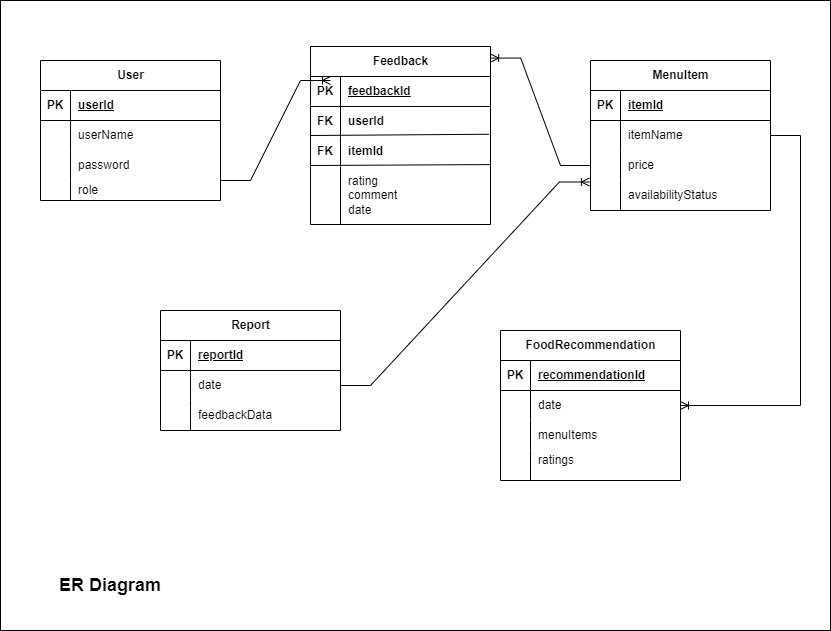
Poyam-ITT/Cafeteria_Recommendation_Engine keeps this draw.io diagram as UML Diagrams/ER Diagram/ERDiagram.drawio.png. Above is the earlier version. Source tidied: cells renumbered, new cells last; positions are measured from the earlier drawing's top-left corner, leaving out a move shared by most shapes.
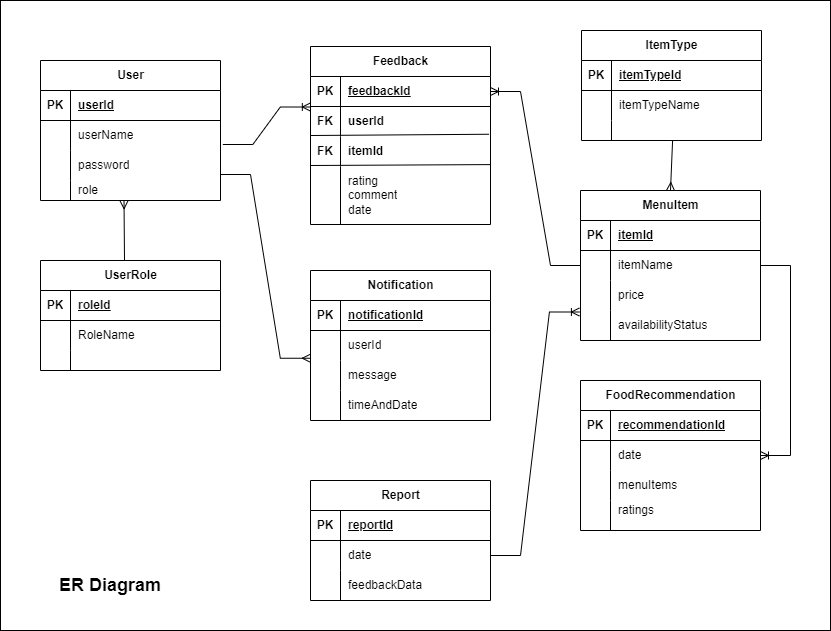
The same file after the commit.

The edit, as a diff of the source:
```diff
@@ -92,7 +92,7 @@
       </mxGeometry>
     </mxCell>
     <mxCell id="31" value="MenuItem" style="shape=table;startSize=30;rowLines=0;fontStyle=1;align=center;html=1;" parent="1" vertex="1">
-      <mxGeometry x="590" y="60" width="180" height="150" as="geometry" />
+      <mxGeometry x="580" y="190" width="180" height="150" as="geometry" />
     </mxCell>
     <mxCell id="32" style="shape=tableRow;horizontal=0;startSize=0;swimlaneHead=0;swimlaneBody=0;fillColor=none;top=0;left=0;right=0;bottom=1;" parent="31" vertex="1">
       <mxGeometry y="30" width="180" height="30" as="geometry" />
@@ -131,7 +131,7 @@
       <mxGeometry x="30" width="150" height="30" as="geometry" />
     </mxCell>
     <mxCell id="44" value="Report" style="shape=table;startSize=30;rowLines=0;fontStyle=1;align=center;html=1;" parent="1" vertex="1">
-      <mxGeometry x="160" y="310" width="180" height="120" as="geometry" />
+      <mxGeometry x="310" y="480" width="180" height="120" as="geometry" />
     </mxCell>
     <mxCell id="45" style="shape=tableRow;horizontal=0;startSize=0;swimlaneHead=0;swimlaneBody=0;fillColor=none;top=0;left=0;right=0;bottom=1;" parent="44" vertex="1">
       <mxGeometry y="30" width="180" height="30" as="geometry" />
@@ -161,7 +161,7 @@
       <mxGeometry x="30" width="150" height="30" as="geometry" />
     </mxCell>
     <mxCell id="54" value="FoodRecommendation" style="shape=table;startSize=30;rowLines=0;fontStyle=1;align=center;html=1;" parent="1" vertex="1">
-      <mxGeometry x="500" y="330" width="180" height="150" as="geometry" />
+      <mxGeometry x="580" y="380" width="180" height="150" as="geometry" />
     </mxCell>
     <mxCell id="55" style="shape=tableRow;horizontal=0;startSize=0;swimlaneHead=0;swimlaneBody=0;fillColor=none;top=0;left=0;right=0;bottom=1;" parent="54" vertex="1">
       <mxGeometry y="30" width="180" height="30" as="geometry" />
@@ -199,13 +199,10 @@
     <mxCell id="66" value="ratings&lt;div&gt;&lt;br&gt;&lt;/div&gt;" style="shape=partialRectangle;fillColor=none;top=0;left=0;bottom=0;right=0;align=left;spacingLeft=6;overflow=hidden;whiteSpace=wrap;html=1;" parent="64" vertex="1">
       <mxGeometry x="30" width="150" height="30" as="geometry" />
     </mxCell>
-    <mxCell id="67" style="edgeStyle=entityRelationEdgeStyle;fontSize=12;html=1;endArrow=ERoneToMany;rounded=0;" parent="1" edge="1">
-      <mxGeometry relative="1" as="geometry">
-        <mxPoint x="220" y="180" as="sourcePoint" />
-        <mxPoint x="330" y="80" as="targetPoint" />
-      </mxGeometry>
+    <mxCell id="67" style="edgeStyle=entityRelationEdgeStyle;fontSize=12;html=1;endArrow=ERoneToMany;rounded=0;entryX=-0.001;entryY=0.017;entryDx=0;entryDy=0;entryPerimeter=0;exitX=1.013;exitY=0.8;exitDx=0;exitDy=0;exitPerimeter=0;" parent="1" edge="1" source="7" target="20">
+      <mxGeometry relative="1" as="geometry" />
     </mxCell>
-    <mxCell id="68" style="edgeStyle=entityRelationEdgeStyle;fontSize=12;html=1;endArrow=ERoneToMany;rounded=0;entryX=1.001;entryY=0.065;entryDx=0;entryDy=0;entryPerimeter=0;" parent="1" edge="1" source="38" target="16">
+    <mxCell id="68" style="edgeStyle=entityRelationEdgeStyle;fontSize=12;html=1;endArrow=ERoneToMany;rounded=0;entryX=1;entryY=0.5;entryDx=0;entryDy=0;exitX=0;exitY=0.5;exitDx=0;exitDy=0;" parent="1" edge="1" source="35" target="17">
       <mxGeometry relative="1" as="geometry" />
     </mxCell>
     <mxCell id="69" style="edgeStyle=entityRelationEdgeStyle;fontSize=12;html=1;endArrow=ERoneToMany;rounded=0;entryX=1;entryY=0.5;entryDx=0;entryDy=0;" parent="1" edge="1" source="31" target="58">
@@ -217,5 +214,117 @@
     <mxCell id="71" value="&lt;font style=&quot;font-size: 18px;&quot;&gt;&lt;b style=&quot;&quot;&gt;ER Diagram&lt;/b&gt;&lt;/font&gt;" style="text;html=1;align=center;verticalAlign=middle;whiteSpace=wrap;rounded=0;" parent="1" vertex="1">
       <mxGeometry x="40" y="570" width="140" height="30" as="geometry" />
     </mxCell>
+    <mxCell id="72" value="UserRole" style="shape=table;startSize=30;rowLines=0;fontStyle=1;align=center;html=1;" parent="1" vertex="1">
+      <mxGeometry x="40" y="260" width="180" height="110" as="geometry" />
+    </mxCell>
+    <mxCell id="73" style="shape=tableRow;horizontal=0;startSize=0;swimlaneHead=0;swimlaneBody=0;fillColor=none;top=0;left=0;right=0;bottom=1;" parent="72" vertex="1">
+      <mxGeometry y="30" width="180" height="30" as="geometry" />
+    </mxCell>
+    <mxCell id="74" value="PK" style="shape=partialRectangle;fillColor=none;top=0;left=0;bottom=0;right=0;fontStyle=1;overflow=hidden;whiteSpace=wrap;html=1;" parent="73" vertex="1">
+      <mxGeometry width="30" height="30" as="geometry" />
+    </mxCell>
+    <mxCell id="75" value="roleId" style="shape=partialRectangle;fillColor=none;top=0;left=0;bottom=0;right=0;align=left;spacingLeft=6;fontStyle=5;overflow=hidden;whiteSpace=wrap;html=1;" parent="73" vertex="1">
+      <mxGeometry x="30" width="150" height="30" as="geometry" />
+    </mxCell>
+    <mxCell id="76" style="shape=tableRow;horizontal=0;startSize=0;swimlaneHead=0;swimlaneBody=0;fillColor=none;top=0;left=0;right=0;bottom=0;" parent="72" vertex="1">
+      <mxGeometry y="60" width="180" height="30" as="geometry" />
+    </mxCell>
+    <mxCell id="77" style="shape=partialRectangle;fillColor=none;top=0;left=0;bottom=0;right=0;overflow=hidden;whiteSpace=wrap;html=1;" parent="76" vertex="1">
+      <mxGeometry width="30" height="30" as="geometry" />
+    </mxCell>
+    <mxCell id="78" value="RoleName" style="shape=partialRectangle;fillColor=none;top=0;left=0;bottom=0;right=0;align=left;spacingLeft=6;overflow=hidden;whiteSpace=wrap;html=1;" parent="76" vertex="1">
+      <mxGeometry x="30" width="150" height="30" as="geometry" />
+    </mxCell>
+    <mxCell id="79" style="shape=tableRow;horizontal=0;startSize=0;swimlaneHead=0;swimlaneBody=0;fillColor=none;top=0;left=0;right=0;bottom=0;" parent="72" vertex="1">
+      <mxGeometry y="90" width="180" height="20" as="geometry" />
+    </mxCell>
+    <mxCell id="80" style="shape=partialRectangle;fillColor=none;top=0;left=0;bottom=0;right=0;overflow=hidden;whiteSpace=wrap;html=1;" parent="79" vertex="1">
+      <mxGeometry width="30" height="20" as="geometry" />
+    </mxCell>
+    <mxCell id="81" style="shape=partialRectangle;fillColor=none;top=0;left=0;bottom=0;right=0;align=left;spacingLeft=6;overflow=hidden;whiteSpace=wrap;html=1;" parent="79" vertex="1">
+      <mxGeometry x="30" width="150" height="20" as="geometry" />
+    </mxCell>
+    <mxCell id="82" style="fontSize=12;html=1;endArrow=ERmany;rounded=0;entryX=0.464;entryY=1.013;entryDx=0;entryDy=0;entryPerimeter=0;" parent="1" edge="1" target="13">
+      <mxGeometry relative="1" as="geometry">
+        <mxPoint x="124" y="260" as="sourcePoint" />
+      </mxGeometry>
+    </mxCell>
+    <mxCell id="83" value="ItemType" style="shape=table;startSize=30;rowLines=0;fontStyle=1;align=center;html=1;" parent="1" vertex="1">
+      <mxGeometry x="581" y="30" width="180" height="110" as="geometry" />
+    </mxCell>
+    <mxCell id="84" style="shape=tableRow;horizontal=0;startSize=0;swimlaneHead=0;swimlaneBody=0;fillColor=none;top=0;left=0;right=0;bottom=1;" parent="83" vertex="1">
+      <mxGeometry y="30" width="180" height="30" as="geometry" />
+    </mxCell>
+    <mxCell id="85" value="PK" style="shape=partialRectangle;fillColor=none;top=0;left=0;bottom=0;right=0;fontStyle=1;overflow=hidden;whiteSpace=wrap;html=1;" parent="84" vertex="1">
+      <mxGeometry width="30" height="30" as="geometry" />
+    </mxCell>
+    <mxCell id="86" value="itemTypeId" style="shape=partialRectangle;fillColor=none;top=0;left=0;bottom=0;right=0;align=left;spacingLeft=6;fontStyle=5;overflow=hidden;whiteSpace=wrap;html=1;" parent="84" vertex="1">
+      <mxGeometry x="30" width="150" height="30" as="geometry" />
+    </mxCell>
+    <mxCell id="87" style="shape=tableRow;horizontal=0;startSize=0;swimlaneHead=0;swimlaneBody=0;fillColor=none;top=0;left=0;right=0;bottom=0;" parent="83" vertex="1">
+      <mxGeometry y="60" width="180" height="30" as="geometry" />
+    </mxCell>
+    <mxCell id="88" style="shape=partialRectangle;fillColor=none;top=0;left=0;bottom=0;right=0;overflow=hidden;whiteSpace=wrap;html=1;" parent="87" vertex="1">
+      <mxGeometry width="30" height="30" as="geometry" />
+    </mxCell>
+    <mxCell id="89" value="i&lt;span style=&quot;background-color: initial;&quot;&gt;temTypeName&lt;/span&gt;" style="shape=partialRectangle;fillColor=none;top=0;left=0;bottom=0;right=0;align=left;spacingLeft=6;overflow=hidden;whiteSpace=wrap;html=1;" parent="87" vertex="1">
+      <mxGeometry x="30" width="150" height="30" as="geometry" />
+    </mxCell>
+    <mxCell id="90" style="shape=tableRow;horizontal=0;startSize=0;swimlaneHead=0;swimlaneBody=0;fillColor=none;points=[[0,0.5],[1,0.5]];portConstraint=eastwest;top=0;left=0;right=0;bottom=0;" parent="83" vertex="1">
+      <mxGeometry y="90" width="180" height="20" as="geometry" />
+    </mxCell>
+    <mxCell id="91" style="shape=partialRectangle;fillColor=none;top=0;left=0;bottom=0;right=0;overflow=hidden;whiteSpace=wrap;html=1;" parent="90" vertex="1">
+      <mxGeometry width="30" height="20" as="geometry" />
+    </mxCell>
+    <mxCell id="92" style="shape=partialRectangle;fillColor=none;top=0;left=0;bottom=0;right=0;align=left;spacingLeft=6;overflow=hidden;whiteSpace=wrap;html=1;" parent="90" vertex="1">
+      <mxGeometry x="30" width="150" height="20" as="geometry" />
+    </mxCell>
+    <mxCell id="93" style="fontSize=12;html=1;endArrow=ERmany;rounded=0;entryX=0.5;entryY=0;entryDx=0;entryDy=0;exitX=0.506;exitY=1.013;exitDx=0;exitDy=0;exitPerimeter=0;" parent="1" edge="1" source="90" target="31">
+      <mxGeometry relative="1" as="geometry" />
+    </mxCell>
+    <mxCell id="94" value="Notification" style="shape=table;startSize=30;rowLines=0;fontStyle=1;align=center;html=1;" parent="1" vertex="1">
+      <mxGeometry x="310" y="270" width="180" height="150" as="geometry" />
+    </mxCell>
+    <mxCell id="95" style="shape=tableRow;horizontal=0;startSize=0;swimlaneHead=0;swimlaneBody=0;fillColor=none;top=0;left=0;right=0;bottom=1;" parent="94" vertex="1">
+      <mxGeometry y="30" width="180" height="30" as="geometry" />
+    </mxCell>
+    <mxCell id="96" value="PK" style="shape=partialRectangle;fillColor=none;top=0;left=0;bottom=0;right=0;fontStyle=1;overflow=hidden;whiteSpace=wrap;html=1;" parent="95" vertex="1">
+      <mxGeometry width="30" height="30" as="geometry" />
+    </mxCell>
+    <mxCell id="97" value="notificationId" style="shape=partialRectangle;fillColor=none;top=0;left=0;bottom=0;right=0;align=left;spacingLeft=6;fontStyle=5;overflow=hidden;whiteSpace=wrap;html=1;" parent="95" vertex="1">
+      <mxGeometry x="30" width="150" height="30" as="geometry" />
+    </mxCell>
+    <mxCell id="98" style="shape=tableRow;horizontal=0;startSize=0;swimlaneHead=0;swimlaneBody=0;fillColor=none;top=0;left=0;right=0;bottom=0;" parent="94" vertex="1">
+      <mxGeometry y="60" width="180" height="30" as="geometry" />
+    </mxCell>
+    <mxCell id="99" style="shape=partialRectangle;fillColor=none;top=0;left=0;bottom=0;right=0;overflow=hidden;whiteSpace=wrap;html=1;" parent="98" vertex="1">
+      <mxGeometry width="30" height="30" as="geometry" />
+    </mxCell>
+    <mxCell id="100" value="userId" style="shape=partialRectangle;fillColor=none;top=0;left=0;bottom=0;right=0;align=left;spacingLeft=6;overflow=hidden;whiteSpace=wrap;html=1;" parent="98" vertex="1">
+      <mxGeometry x="30" width="150" height="30" as="geometry" />
+    </mxCell>
+    <mxCell id="101" style="shape=tableRow;horizontal=0;startSize=0;swimlaneHead=0;swimlaneBody=0;fillColor=none;points=[[0,0.5],[1,0.5]];portConstraint=eastwest;top=0;left=0;right=0;bottom=0;" parent="94" vertex="1">
+      <mxGeometry y="90" width="180" height="30" as="geometry" />
+    </mxCell>
+    <mxCell id="102" style="shape=partialRectangle;fillColor=none;top=0;left=0;bottom=0;right=0;overflow=hidden;whiteSpace=wrap;html=1;" parent="101" vertex="1">
+      <mxGeometry width="30" height="30" as="geometry" />
+    </mxCell>
+    <mxCell id="103" value="message" style="shape=partialRectangle;fillColor=none;top=0;left=0;bottom=0;right=0;align=left;spacingLeft=6;overflow=hidden;whiteSpace=wrap;html=1;" parent="101" vertex="1">
+      <mxGeometry x="30" width="150" height="30" as="geometry" />
+    </mxCell>
+    <mxCell id="104" style="shape=tableRow;horizontal=0;startSize=0;swimlaneHead=0;swimlaneBody=0;fillColor=none;top=0;left=0;right=0;bottom=0;" parent="94" vertex="1">
+      <mxGeometry y="120" width="180" height="30" as="geometry" />
+    </mxCell>
+    <mxCell id="105" style="shape=partialRectangle;fillColor=none;top=0;left=0;bottom=0;right=0;overflow=hidden;whiteSpace=wrap;html=1;" parent="104" vertex="1">
+      <mxGeometry width="30" height="30" as="geometry" />
+    </mxCell>
+    <mxCell id="106" value="timeAndDate" style="shape=partialRectangle;fillColor=none;top=0;left=0;bottom=0;right=0;align=left;spacingLeft=6;overflow=hidden;whiteSpace=wrap;html=1;" parent="104" vertex="1">
+      <mxGeometry x="30" width="150" height="30" as="geometry" />
+    </mxCell>
+    <mxCell id="107" style="edgeStyle=entityRelationEdgeStyle;fontSize=12;html=1;endArrow=ERmany;rounded=0;entryX=-0.001;entryY=-0.075;entryDx=0;entryDy=0;entryPerimeter=0;" parent="1" edge="1" target="101">
+      <mxGeometry relative="1" as="geometry">
+        <mxPoint x="220" y="174" as="sourcePoint" />
+      </mxGeometry>
+    </mxCell>
   </root>
 </mxGraphModel>
```
